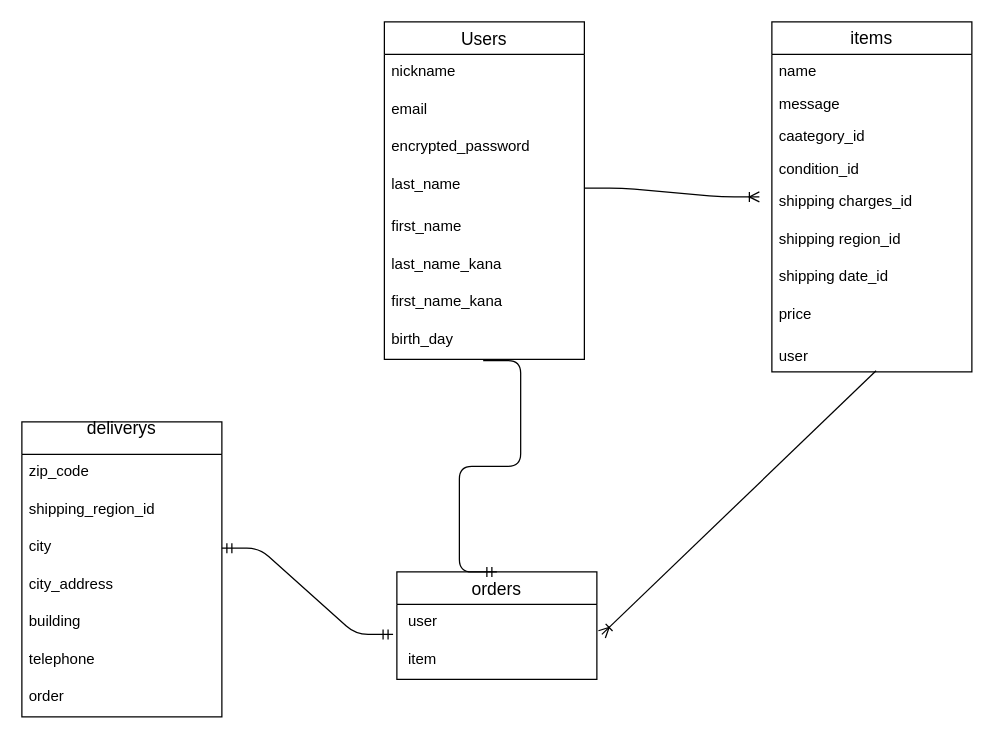
This is ER.dio from tatsu11096/furima-38578, a draw.io file, before an edit. Source tidied: cells renumbered, new cells numbered last; positions are measured from the earlier drawing's top-left corner, leaving out a move shared by most shapes. Both pictures are drawn from the tidied source at 125%, with x=0, y=0 at pixel (21, 21).
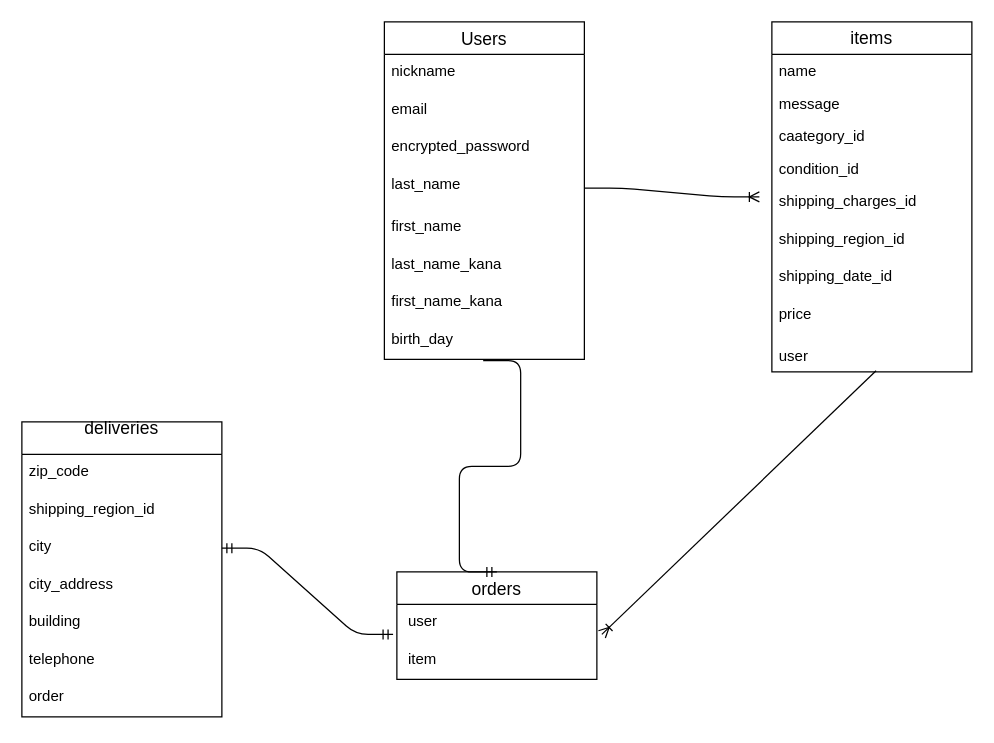
After the change.

Commit message (it also covers changes not shown here):
データベース修正5

Unchanged cells that the change refers to:
```xml
<mxCell id="22" value="items" style="swimlane;fontStyle=0;horizontal=1;startSize=26;align=center;fontSize=14;whiteSpace=wrap;" parent="1" vertex="1">
  <mxGeometry x="600" width="160" height="280" as="geometry" />
</mxCell>
```

The edit, as a diff of the source:
```diff
@@
-    <mxCell id="14" value="deliverys&#10;" style="swimlane;fontStyle=0;horizontal=1;startSize=26;align=center;fontSize=14;" parent="1" vertex="1">
+    <mxCell id="14" value="deliveries&#10;" style="swimlane;fontStyle=0;horizontal=1;startSize=26;align=center;fontSize=14;" parent="1" vertex="1">
       <mxGeometry y="320" width="160" height="236" as="geometry" />
     </mxCell>
@@
-    <mxCell id="27" value="shipping charges_id" style="text;strokeColor=none;fillColor=none;spacingLeft=4;spacingRight=4;overflow=hidden;fontSize=12;labelBackgroundColor=none;labelBorderColor=none;fontColor=default;" parent="22" vertex="1">
+    <mxCell id="27" value="shipping_charges_id" style="text;strokeColor=none;fillColor=none;spacingLeft=4;spacingRight=4;overflow=hidden;fontSize=12;labelBackgroundColor=none;labelBorderColor=none;fontColor=default;" parent="22" vertex="1">
       <mxGeometry y="130" width="160" height="30" as="geometry" />
     </mxCell>
-    <mxCell id="28" value="shipping region_id" style="text;strokeColor=none;fillColor=none;spacingLeft=4;spacingRight=4;overflow=hidden;fontSize=12;labelBackgroundColor=none;labelBorderColor=none;fontColor=default;" parent="22" vertex="1">
+    <mxCell id="28" value="shipping_region_id" style="text;strokeColor=none;fillColor=none;spacingLeft=4;spacingRight=4;overflow=hidden;fontSize=12;labelBackgroundColor=none;labelBorderColor=none;fontColor=default;" parent="22" vertex="1">
       <mxGeometry y="160" width="160" height="30" as="geometry" />
     </mxCell>
-    <mxCell id="29" value="shipping date_id" style="text;strokeColor=none;fillColor=none;spacingLeft=4;spacingRight=4;overflow=hidden;fontSize=12;labelBackgroundColor=none;labelBorderColor=none;fontColor=default;" parent="22" vertex="1">
+    <mxCell id="29" value="shipping_date_id" style="text;strokeColor=none;fillColor=none;spacingLeft=4;spacingRight=4;overflow=hidden;fontSize=12;labelBackgroundColor=none;labelBorderColor=none;fontColor=default;" parent="22" vertex="1">
       <mxGeometry y="190" width="160" height="30" as="geometry" />
     </mxCell>
```
